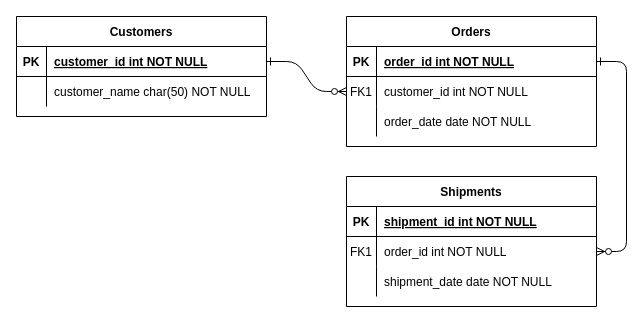
Above: Biểu đồ không có tiêu đề.drawio in VoDat-user/VoDat-user (draw.io), before the change. Source tidied: cells renumbered, new cells numbered last; positions are measured from the earlier drawing's top-left corner, leaving out a move shared by most shapes. Both pictures are drawn from the tidied source at 100%, with x=0, y=0 at pixel (16, 16).
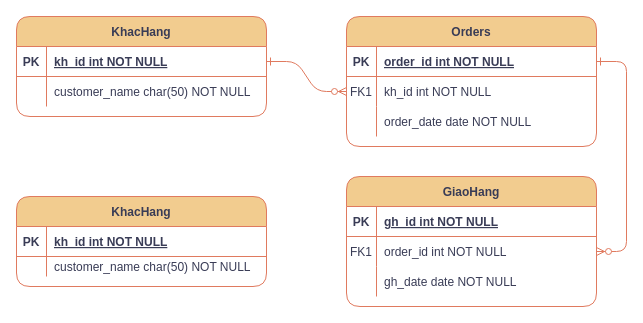
After the change.

Commit message:
ERD_Task_2

Change to the diagram source:
```diff
@@
-    <mxCell id="2" style="edgeStyle=entityRelationEdgeStyle;endArrow=ERzeroToMany;startArrow=ERone;endFill=1;startFill=0;" parent="1" edge="1" source="25" target="8">
+    <mxCell id="2" style="edgeStyle=entityRelationEdgeStyle;endArrow=ERzeroToMany;startArrow=ERone;endFill=1;startFill=0;labelBackgroundColor=none;strokeColor=#E07A5F;fontColor=default;" parent="1" edge="1" source="25" target="8">
       <mxGeometry relative="1" as="geometry" />
     </mxCell>
-    <mxCell id="3" style="edgeStyle=entityRelationEdgeStyle;endArrow=ERzeroToMany;startArrow=ERone;endFill=1;startFill=0;" parent="1" edge="1" source="5" target="18">
+    <mxCell id="3" style="edgeStyle=entityRelationEdgeStyle;endArrow=ERzeroToMany;startArrow=ERone;endFill=1;startFill=0;labelBackgroundColor=none;strokeColor=#E07A5F;fontColor=default;" parent="1" edge="1" source="5" target="18">
       <mxGeometry relative="1" as="geometry" />
     </mxCell>
-    <mxCell id="4" value="Orders" style="shape=table;startSize=30;childLayout=tableLayout;rowLines=0;fontStyle=1;align=center;" parent="1" vertex="1">
+    <mxCell id="4" value="Orders" style="shape=table;startSize=30;childLayout=tableLayout;rowLines=0;fontStyle=1;align=center;labelBackgroundColor=none;fillColor=#F2CC8F;strokeColor=#E07A5F;fontColor=#393C56;rounded=1;" parent="1" vertex="1">
       <mxGeometry x="330" width="250" height="130" as="geometry" />
     </mxCell>
-    <mxCell id="5" style="shape=partialRectangle;fillColor=none;points=[[0,0.5],[1,0.5]];portConstraint=eastwest;top=0;left=0;right=0;bottom=1;" parent="4" vertex="1">
+    <mxCell id="5" style="shape=partialRectangle;fillColor=none;points=[[0,0.5],[1,0.5]];portConstraint=eastwest;top=0;left=0;right=0;bottom=1;labelBackgroundColor=none;strokeColor=#E07A5F;fontColor=#393C56;rounded=1;" parent="4" vertex="1">
       <mxGeometry y="30" width="250" height="30" as="geometry" />
     </mxCell>
-    <mxCell id="6" value="PK" style="shape=partialRectangle;overflow=hidden;fillColor=none;top=0;left=0;bottom=0;right=0;fontStyle=1;" parent="5" vertex="1">
+    <mxCell id="6" value="PK" style="shape=partialRectangle;overflow=hidden;fillColor=none;top=0;left=0;bottom=0;right=0;fontStyle=1;labelBackgroundColor=none;strokeColor=#E07A5F;fontColor=#393C56;rounded=1;" parent="5" vertex="1">
       <mxGeometry width="30" height="30" as="geometry" />
     </mxCell>
-    <mxCell id="7" value="order_id int NOT NULL " style="shape=partialRectangle;overflow=hidden;fillColor=none;top=0;left=0;bottom=0;right=0;align=left;spacingLeft=6;fontStyle=5;" parent="5" vertex="1">
+    <mxCell id="7" value="order_id int NOT NULL " style="shape=partialRectangle;overflow=hidden;fillColor=none;top=0;left=0;bottom=0;right=0;align=left;spacingLeft=6;fontStyle=5;labelBackgroundColor=none;strokeColor=#E07A5F;fontColor=#393C56;rounded=1;" parent="5" vertex="1">
       <mxGeometry x="30" width="220" height="30" as="geometry" />
     </mxCell>
-    <mxCell id="8" style="shape=partialRectangle;fillColor=none;points=[[0,0.5],[1,0.5]];portConstraint=eastwest;top=0;left=0;right=0;bottom=0;" parent="4" vertex="1">
+    <mxCell id="8" style="shape=partialRectangle;fillColor=none;points=[[0,0.5],[1,0.5]];portConstraint=eastwest;top=0;left=0;right=0;bottom=0;labelBackgroundColor=none;strokeColor=#E07A5F;fontColor=#393C56;rounded=1;" parent="4" vertex="1">
       <mxGeometry y="60" width="250" height="30" as="geometry" />
     </mxCell>
-    <mxCell id="9" value="FK1" style="shape=partialRectangle;overflow=hidden;fillColor=none;top=0;left=0;bottom=0;right=0;" parent="8" vertex="1">
+    <mxCell id="9" value="FK1" style="shape=partialRectangle;overflow=hidden;fillColor=none;top=0;left=0;bottom=0;right=0;labelBackgroundColor=none;strokeColor=#E07A5F;fontColor=#393C56;rounded=1;" parent="8" vertex="1">
       <mxGeometry width="30" height="30" as="geometry" />
     </mxCell>
-    <mxCell id="10" value="customer_id int NOT NULL" style="shape=partialRectangle;overflow=hidden;fillColor=none;top=0;left=0;bottom=0;right=0;align=left;spacingLeft=6;" parent="8" vertex="1">
+    <mxCell id="10" value="kh_id int NOT NULL" style="shape=partialRectangle;overflow=hidden;fillColor=none;top=0;left=0;bottom=0;right=0;align=left;spacingLeft=6;labelBackgroundColor=none;strokeColor=#E07A5F;fontColor=#393C56;rounded=1;" parent="8" vertex="1">
       <mxGeometry x="30" width="220" height="30" as="geometry" />
     </mxCell>
-    <mxCell id="11" style="shape=partialRectangle;fillColor=none;top=0;left=0;right=0;bottom=0;" parent="4" vertex="1">
+    <mxCell id="11" style="shape=partialRectangle;fillColor=none;top=0;left=0;right=0;bottom=0;labelBackgroundColor=none;strokeColor=#E07A5F;fontColor=#393C56;rounded=1;" parent="4" vertex="1">
       <mxGeometry y="90" width="250" height="30" as="geometry" />
     </mxCell>
-    <mxCell id="12" style="shape=partialRectangle;overflow=hidden;fillColor=none;top=0;left=0;bottom=0;right=0;" parent="11" vertex="1">
+    <mxCell id="12" style="shape=partialRectangle;overflow=hidden;fillColor=none;top=0;left=0;bottom=0;right=0;labelBackgroundColor=none;strokeColor=#E07A5F;fontColor=#393C56;rounded=1;" parent="11" vertex="1">
       <mxGeometry width="30" height="30" as="geometry" />
     </mxCell>
-    <mxCell id="13" value="order_date date NOT NULL" style="shape=partialRectangle;overflow=hidden;fillColor=none;top=0;left=0;bottom=0;right=0;align=left;spacingLeft=6;" parent="11" vertex="1">
+    <mxCell id="13" value="order_date date NOT NULL" style="shape=partialRectangle;overflow=hidden;fillColor=none;top=0;left=0;bottom=0;right=0;align=left;spacingLeft=6;labelBackgroundColor=none;strokeColor=#E07A5F;fontColor=#393C56;rounded=1;" parent="11" vertex="1">
       <mxGeometry x="30" width="220" height="30" as="geometry" />
     </mxCell>
-    <mxCell id="14" value="Shipments" style="shape=table;startSize=30;childLayout=tableLayout;rowLines=0;fontStyle=1;align=center;" parent="1" vertex="1">
+    <mxCell id="14" value="GiaoHang" style="shape=table;startSize=30;childLayout=tableLayout;rowLines=0;fontStyle=1;align=center;labelBackgroundColor=none;fillColor=#F2CC8F;strokeColor=#E07A5F;fontColor=#393C56;rounded=1;" parent="1" vertex="1">
       <mxGeometry x="330" y="160" width="250" height="130" as="geometry" />
     </mxCell>
-    <mxCell id="15" style="shape=partialRectangle;fillColor=none;top=0;left=0;right=0;bottom=1;" parent="14" vertex="1">
+    <mxCell id="15" style="shape=partialRectangle;fillColor=none;top=0;left=0;right=0;bottom=1;labelBackgroundColor=none;strokeColor=#E07A5F;fontColor=#393C56;rounded=1;" parent="14" vertex="1">
       <mxGeometry y="30" width="250" height="30" as="geometry" />
     </mxCell>
-    <mxCell id="16" value="PK" style="shape=partialRectangle;overflow=hidden;fillColor=none;top=0;left=0;bottom=0;right=0;fontStyle=1;" parent="15" vertex="1">
+    <mxCell id="16" value="PK" style="shape=partialRectangle;overflow=hidden;fillColor=none;top=0;left=0;bottom=0;right=0;fontStyle=1;labelBackgroundColor=none;strokeColor=#E07A5F;fontColor=#393C56;rounded=1;" parent="15" vertex="1">
       <mxGeometry width="30" height="30" as="geometry" />
     </mxCell>
-    <mxCell id="17" value="shipment_id int NOT NULL " style="shape=partialRectangle;overflow=hidden;fillColor=none;top=0;left=0;bottom=0;right=0;align=left;spacingLeft=6;fontStyle=5;" parent="15" vertex="1">
+    <mxCell id="17" value="gh_id int NOT NULL " style="shape=partialRectangle;overflow=hidden;fillColor=none;top=0;left=0;bottom=0;right=0;align=left;spacingLeft=6;fontStyle=5;labelBackgroundColor=none;strokeColor=#E07A5F;fontColor=#393C56;rounded=1;" parent="15" vertex="1">
       <mxGeometry x="30" width="220" height="30" as="geometry" />
     </mxCell>
-    <mxCell id="18" style="shape=partialRectangle;fillColor=none;points=[[0,0.5],[1,0.5]];portConstraint=eastwest;top=0;left=0;right=0;bottom=0;" parent="14" vertex="1">
+    <mxCell id="18" style="shape=partialRectangle;fillColor=none;points=[[0,0.5],[1,0.5]];portConstraint=eastwest;top=0;left=0;right=0;bottom=0;labelBackgroundColor=none;strokeColor=#E07A5F;fontColor=#393C56;rounded=1;" parent="14" vertex="1">
       <mxGeometry y="60" width="250" height="30" as="geometry" />
     </mxCell>
-    <mxCell id="19" value="FK1" style="shape=partialRectangle;overflow=hidden;fillColor=none;top=0;left=0;bottom=0;right=0;" parent="18" vertex="1">
+    <mxCell id="19" value="FK1" style="shape=partialRectangle;overflow=hidden;fillColor=none;top=0;left=0;bottom=0;right=0;labelBackgroundColor=none;strokeColor=#E07A5F;fontColor=#393C56;rounded=1;" parent="18" vertex="1">
       <mxGeometry width="30" height="30" as="geometry" />
     </mxCell>
-    <mxCell id="20" value="order_id int NOT NULL" style="shape=partialRectangle;overflow=hidden;fillColor=none;top=0;left=0;bottom=0;right=0;align=left;spacingLeft=6;" parent="18" vertex="1">
+    <mxCell id="20" value="order_id int NOT NULL" style="shape=partialRectangle;overflow=hidden;fillColor=none;top=0;left=0;bottom=0;right=0;align=left;spacingLeft=6;labelBackgroundColor=none;strokeColor=#E07A5F;fontColor=#393C56;rounded=1;" parent="18" vertex="1">
       <mxGeometry x="30" width="220" height="30" as="geometry" />
     </mxCell>
-    <mxCell id="21" style="shape=partialRectangle;fillColor=none;top=0;left=0;right=0;bottom=0;" parent="14" vertex="1">
+    <mxCell id="21" style="shape=partialRectangle;fillColor=none;top=0;left=0;right=0;bottom=0;labelBackgroundColor=none;strokeColor=#E07A5F;fontColor=#393C56;rounded=1;" parent="14" vertex="1">
       <mxGeometry y="90" width="250" height="30" as="geometry" />
     </mxCell>
-    <mxCell id="22" style="shape=partialRectangle;overflow=hidden;fillColor=none;top=0;left=0;bottom=0;right=0;" parent="21" vertex="1">
+    <mxCell id="22" style="shape=partialRectangle;overflow=hidden;fillColor=none;top=0;left=0;bottom=0;right=0;labelBackgroundColor=none;strokeColor=#E07A5F;fontColor=#393C56;rounded=1;" parent="21" vertex="1">
       <mxGeometry width="30" height="30" as="geometry" />
     </mxCell>
-    <mxCell id="23" value="shipment_date date NOT NULL" style="shape=partialRectangle;overflow=hidden;fillColor=none;top=0;left=0;bottom=0;right=0;align=left;spacingLeft=6;" parent="21" vertex="1">
+    <mxCell id="23" value="gh_date date NOT NULL" style="shape=partialRectangle;overflow=hidden;fillColor=none;top=0;left=0;bottom=0;right=0;align=left;spacingLeft=6;labelBackgroundColor=none;strokeColor=#E07A5F;fontColor=#393C56;rounded=1;" parent="21" vertex="1">
       <mxGeometry x="30" width="220" height="30" as="geometry" />
     </mxCell>
-    <mxCell id="24" value="Customers" style="shape=table;startSize=30;childLayout=tableLayout;rowLines=0;fontStyle=1;align=center;" parent="1" vertex="1">
+    <mxCell id="24" value="KhacHang" style="shape=table;startSize=30;childLayout=tableLayout;rowLines=0;fontStyle=1;align=center;labelBackgroundColor=none;fillColor=#F2CC8F;strokeColor=#E07A5F;fontColor=#393C56;rounded=1;" parent="1" vertex="1">
       <mxGeometry width="250" height="100" as="geometry" />
     </mxCell>
-    <mxCell id="25" style="shape=partialRectangle;fillColor=none;points=[[0,0.5],[1,0.5]];portConstraint=eastwest;top=0;left=0;right=0;bottom=1;" parent="24" vertex="1">
+    <mxCell id="25" style="shape=partialRectangle;fillColor=none;points=[[0,0.5],[1,0.5]];portConstraint=eastwest;top=0;left=0;right=0;bottom=1;labelBackgroundColor=none;strokeColor=#E07A5F;fontColor=#393C56;rounded=1;" parent="24" vertex="1">
       <mxGeometry y="30" width="250" height="30" as="geometry" />
     </mxCell>
-    <mxCell id="26" value="PK" style="shape=partialRectangle;overflow=hidden;fillColor=none;top=0;left=0;bottom=0;right=0;fontStyle=1;" parent="25" vertex="1">
+    <mxCell id="26" value="PK" style="shape=partialRectangle;overflow=hidden;fillColor=none;top=0;left=0;bottom=0;right=0;fontStyle=1;labelBackgroundColor=none;strokeColor=#E07A5F;fontColor=#393C56;rounded=1;" parent="25" vertex="1">
       <mxGeometry width="30" height="30" as="geometry" />
     </mxCell>
-    <mxCell id="27" value="customer_id int NOT NULL " style="shape=partialRectangle;overflow=hidden;fillColor=none;top=0;left=0;bottom=0;right=0;align=left;spacingLeft=6;fontStyle=5;" parent="25" vertex="1">
+    <mxCell id="27" value="kh_id int NOT NULL " style="shape=partialRectangle;overflow=hidden;fillColor=none;top=0;left=0;bottom=0;right=0;align=left;spacingLeft=6;fontStyle=5;labelBackgroundColor=none;strokeColor=#E07A5F;fontColor=#393C56;rounded=1;" parent="25" vertex="1">
       <mxGeometry x="30" width="220" height="30" as="geometry" />
     </mxCell>
-    <mxCell id="28" style="shape=partialRectangle;fillColor=none;top=0;left=0;right=0;bottom=0;" parent="24" vertex="1">
+    <mxCell id="28" style="shape=partialRectangle;fillColor=none;top=0;left=0;right=0;bottom=0;labelBackgroundColor=none;strokeColor=#E07A5F;fontColor=#393C56;rounded=1;" parent="24" vertex="1">
       <mxGeometry y="60" width="250" height="30" as="geometry" />
     </mxCell>
-    <mxCell id="29" style="shape=partialRectangle;overflow=hidden;fillColor=none;top=0;left=0;bottom=0;right=0;" parent="28" vertex="1">
+    <mxCell id="29" style="shape=partialRectangle;overflow=hidden;fillColor=none;top=0;left=0;bottom=0;right=0;labelBackgroundColor=none;strokeColor=#E07A5F;fontColor=#393C56;rounded=1;" parent="28" vertex="1">
       <mxGeometry width="30" height="30" as="geometry" />
     </mxCell>
-    <mxCell id="30" value="customer_name char(50) NOT NULL" style="shape=partialRectangle;overflow=hidden;fillColor=none;top=0;left=0;bottom=0;right=0;align=left;spacingLeft=6;" parent="28" vertex="1">
+    <mxCell id="30" value="customer_name char(50) NOT NULL" style="shape=partialRectangle;overflow=hidden;fillColor=none;top=0;left=0;bottom=0;right=0;align=left;spacingLeft=6;labelBackgroundColor=none;strokeColor=#E07A5F;fontColor=#393C56;rounded=1;" parent="28" vertex="1">
       <mxGeometry x="30" width="220" height="30" as="geometry" />
     </mxCell>
+    <mxCell id="31" value="KhacHang" style="shape=table;startSize=30;childLayout=tableLayout;rowLines=0;fontStyle=1;align=center;labelBackgroundColor=none;fillColor=#F2CC8F;strokeColor=#E07A5F;fontColor=#393C56;rounded=1;" parent="1" vertex="1">
+      <mxGeometry y="180" width="250" height="90" as="geometry" />
+    </mxCell>
+    <mxCell id="32" style="shape=partialRectangle;fillColor=none;top=0;left=0;right=0;bottom=1;labelBackgroundColor=none;strokeColor=#E07A5F;fontColor=#393C56;rounded=1;" parent="31" vertex="1">
+      <mxGeometry y="30" width="250" height="30" as="geometry" />
+    </mxCell>
+    <mxCell id="33" value="PK" style="shape=partialRectangle;overflow=hidden;fillColor=none;top=0;left=0;bottom=0;right=0;fontStyle=1;labelBackgroundColor=none;strokeColor=#E07A5F;fontColor=#393C56;rounded=1;" parent="32" vertex="1">
+      <mxGeometry width="30" height="30" as="geometry" />
+    </mxCell>
+    <mxCell id="34" value="kh_id int NOT NULL " style="shape=partialRectangle;overflow=hidden;fillColor=none;top=0;left=0;bottom=0;right=0;align=left;spacingLeft=6;fontStyle=5;labelBackgroundColor=none;strokeColor=#E07A5F;fontColor=#393C56;rounded=1;" parent="32" vertex="1">
+      <mxGeometry x="30" width="220" height="30" as="geometry" />
+    </mxCell>
+    <mxCell id="35" style="shape=partialRectangle;fillColor=none;top=0;left=0;right=0;bottom=0;labelBackgroundColor=none;strokeColor=#E07A5F;fontColor=#393C56;rounded=1;" parent="31" vertex="1">
+      <mxGeometry y="60" width="250" height="20" as="geometry" />
+    </mxCell>
+    <mxCell id="36" style="shape=partialRectangle;overflow=hidden;fillColor=none;top=0;left=0;bottom=0;right=0;labelBackgroundColor=none;strokeColor=#E07A5F;fontColor=#393C56;rounded=1;" parent="35" vertex="1">
+      <mxGeometry width="30" height="20" as="geometry" />
+    </mxCell>
+    <mxCell id="37" value="customer_name char(50) NOT NULL" style="shape=partialRectangle;overflow=hidden;fillColor=none;top=0;left=0;bottom=0;right=0;align=left;spacingLeft=6;labelBackgroundColor=none;strokeColor=#E07A5F;fontColor=#393C56;rounded=1;" parent="35" vertex="1">
+      <mxGeometry x="30" width="220" height="20" as="geometry" />
+    </mxCell>
```
